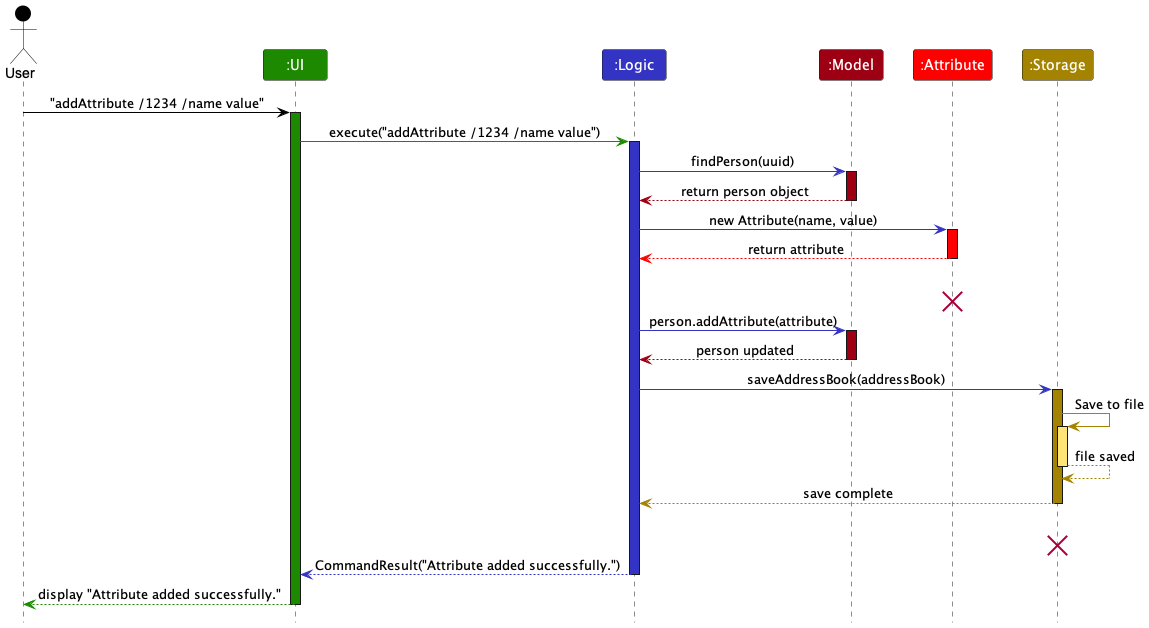
This is docs/images/AttributeAdditionSequenceDiagram.png from Emberlynn-Loo/tp, a PlantUML export, as it was before one commit.
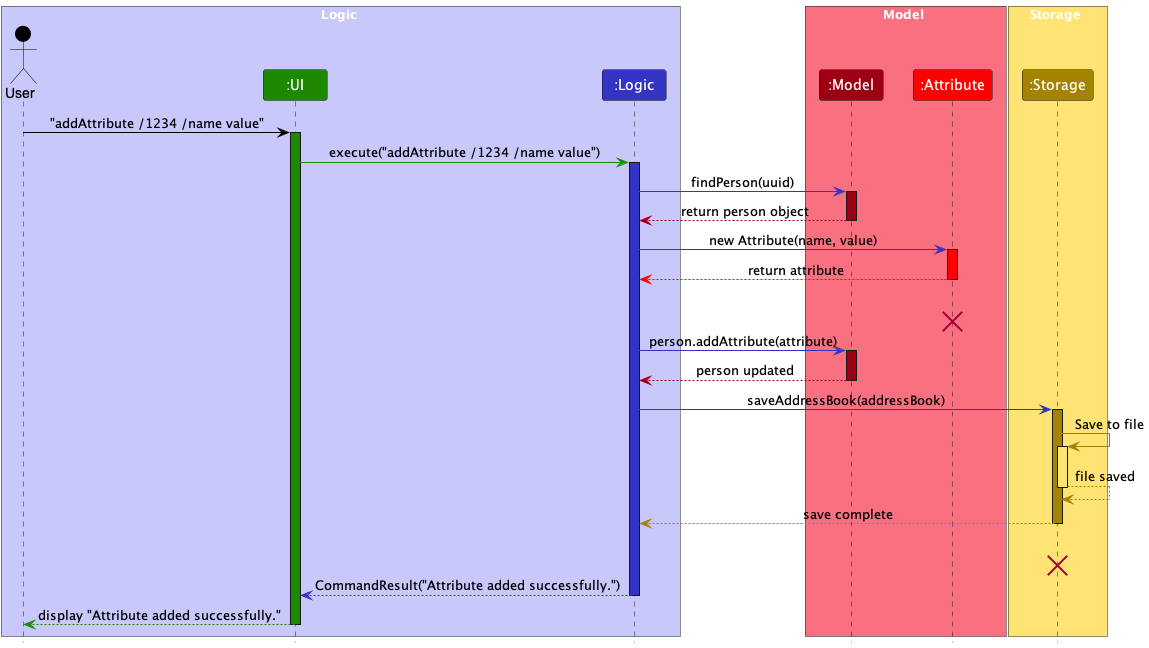
Above is the later version.

The edit, as a diff of the source:
```diff
@@ -2,12 +2,20 @@
 !include style.puml
 skinparam ArrowFontStyle plain
 
+box Logic LOGIC_COLOR_T1
 Actor User as user USER_COLOR
 Participant ":UI" as ui UI_COLOR
 Participant ":Logic" as logic LOGIC_COLOR
+end box
+
+box Model MODEL_COLOR_T1
 Participant ":Model" as model MODEL_COLOR
 Participant ":Attribute" as attribute ATTRIBUTE_COLOR
+end box
+
+box Storage STORAGE_COLOR_T1
 Participant ":Storage" as storage STORAGE_COLOR
+end box
 
 user -[USER_COLOR]> ui : "addAttribute /1234 /name value"
 activate ui UI_COLOR
```
